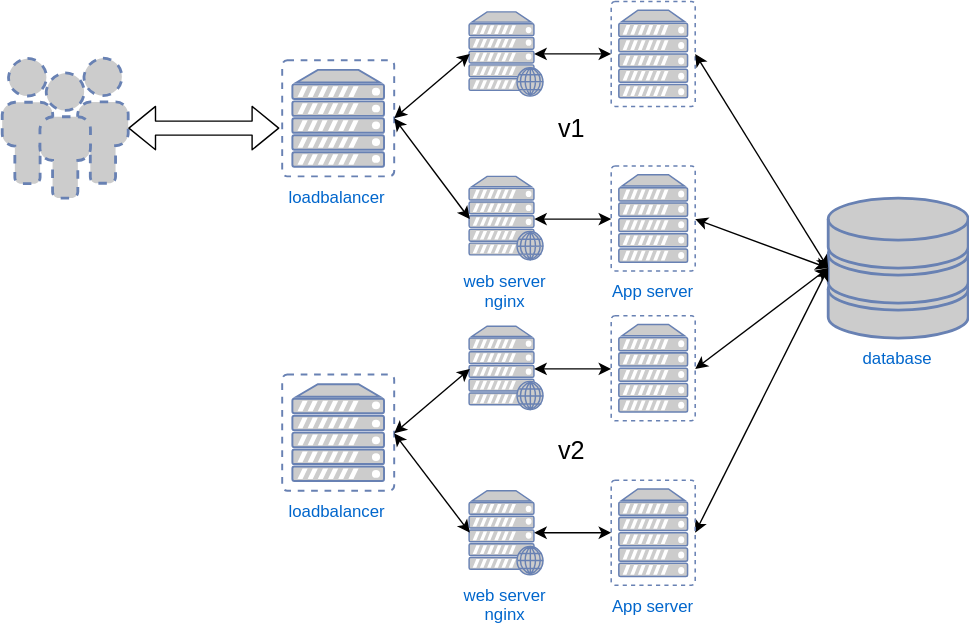
Before: slides/img/expand-contract-upgrade.svg, a diagram exported from draw.io (heytrav/intermediate-ansible). Source tidied: cells renumbered, new cells last; positions are measured from the earlier drawing's top-left corner, leaving out a move shared by most shapes.
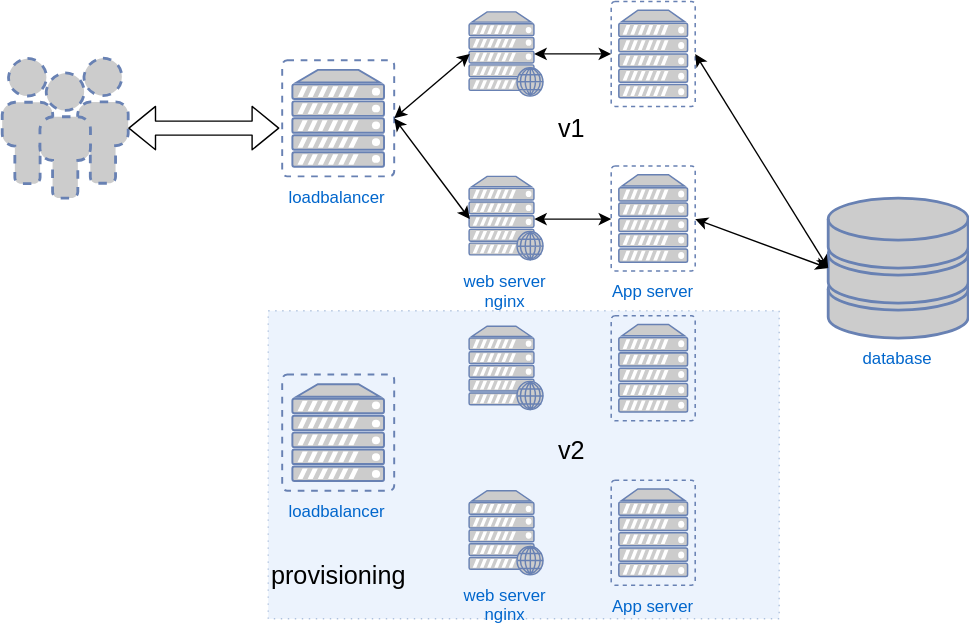
After the commit.

What changed in the source:
```diff
@@ -2,6 +2,9 @@
   <root>
     <mxCell id="0" />
     <mxCell id="1" parent="0" />
+    <mxCell id="33" style="rounded=0;whiteSpace=wrap;html=1;dashed=1;dashPattern=1 4;fillColor=#dae8fc;fontSize=18;align=center;strokeColor=#6c8ebf;opacity=50;" parent="1" vertex="1">
+      <mxGeometry x="190" y="220.5" width="365" height="220" as="geometry" />
+    </mxCell>
     <mxCell id="2" style="fontColor=#0066CC;verticalAlign=top;verticalLabelPosition=bottom;labelPosition=center;align=center;html=1;fillColor=#CCCCCC;strokeColor=#6881B3;gradientColor=none;gradientDirection=north;strokeWidth=2;shape=mxgraph.networks.users;dashed=1;" parent="1" vertex="1">
       <mxGeometry y="40" width="90" height="100" as="geometry" />
     </mxCell>
@@ -53,9 +56,6 @@
     <mxCell id="18" value="loadbalancer&lt;br&gt;" style="fontColor=#0066CC;verticalAlign=top;verticalLabelPosition=bottom;labelPosition=center;align=center;html=1;fillColor=#CCCCCC;strokeColor=#6881B3;gradientColor=none;gradientDirection=north;strokeWidth=2;shape=mxgraph.networks.virtual_server;" parent="1" vertex="1">
       <mxGeometry x="200" y="266" width="80" height="83" as="geometry" />
     </mxCell>
-    <mxCell id="19" style="endArrow=classic;startArrow=classic;html=1;fontSize=18;align=center;entryX=0;entryY=0.5;entryPerimeter=0;exitX=1;exitY=0.5;exitPerimeter=0;" parent="1" edge="1" source="22" target="4">
-      <mxGeometry relative="1" as="geometry" />
-    </mxCell>
     <mxCell id="20" style="group;" parent="1" vertex="1">
       <mxGeometry x="333.5" y="341.5" width="161.5" height="75" as="geometry" />
     </mxCell>
@@ -65,9 +65,6 @@
     <mxCell id="22" value="App server" style="fontColor=#0066CC;verticalAlign=top;verticalLabelPosition=bottom;labelPosition=center;align=center;html=1;fillColor=#CCCCCC;strokeColor=#6881B3;gradientColor=none;gradientDirection=north;strokeWidth=2;shape=mxgraph.networks.virtual_server;" parent="20" vertex="1">
       <mxGeometry x="101.5" width="60" height="75" as="geometry" />
     </mxCell>
-    <mxCell id="23" style="endArrow=classic;startArrow=classic;html=1;fontSize=18;align=center;entryX=0;entryY=0.5;entryPerimeter=0;exitX=0.88;exitY=0.5;exitPerimeter=0;" parent="20" edge="1" source="21" target="22">
-      <mxGeometry relative="1" as="geometry" />
-    </mxCell>
     <mxCell id="24" style="group;" parent="1" vertex="1">
       <mxGeometry x="333.5" y="224" width="161.5" height="75" as="geometry" />
     </mxCell>
@@ -77,23 +74,14 @@
     <mxCell id="26" style="fontColor=#0066CC;verticalAlign=top;verticalLabelPosition=bottom;labelPosition=center;align=center;html=1;fillColor=#CCCCCC;strokeColor=#6881B3;gradientColor=none;gradientDirection=north;strokeWidth=2;shape=mxgraph.networks.virtual_server;" parent="24" vertex="1">
       <mxGeometry x="101.5" width="60" height="75" as="geometry" />
     </mxCell>
-    <mxCell id="27" style="endArrow=classic;startArrow=classic;html=1;fontSize=18;align=center;entryX=0;entryY=0.5;entryPerimeter=0;exitX=0.88;exitY=0.5;exitPerimeter=0;" parent="24" edge="1" source="25" target="26">
-      <mxGeometry relative="1" as="geometry" />
-    </mxCell>
-    <mxCell id="28" style="endArrow=classic;startArrow=classic;html=1;fontSize=18;align=center;entryX=0;entryY=0.5;entryPerimeter=0;exitX=1;exitY=0.5;exitPerimeter=0;" parent="1" edge="1" source="18" target="21">
-      <mxGeometry relative="1" as="geometry" />
-    </mxCell>
-    <mxCell id="29" style="endArrow=classic;startArrow=classic;html=1;fontSize=18;align=center;exitX=1;exitY=0.5;exitPerimeter=0;entryX=0;entryY=0.5;entryPerimeter=0;" parent="1" edge="1" source="26" target="4">
-      <mxGeometry relative="1" as="geometry" />
-    </mxCell>
-    <mxCell id="30" style="endArrow=classic;startArrow=classic;html=1;fontSize=18;align=center;exitX=1;exitY=0.5;exitPerimeter=0;entryX=0;entryY=0.5;entryPerimeter=0;" parent="1" edge="1" source="18" target="25">
-      <mxGeometry relative="1" as="geometry" />
-    </mxCell>
     <mxCell id="31" value="v2" style="text;html=1;strokeColor=none;fillColor=none;align=center;verticalAlign=middle;whiteSpace=wrap;rounded=0;dashed=1;fontSize=18;" parent="1" vertex="1">
       <mxGeometry x="386.5" y="310.5" width="40" height="20" as="geometry" />
     </mxCell>
     <mxCell id="32" value="v1" style="text;html=1;strokeColor=none;fillColor=none;align=center;verticalAlign=middle;whiteSpace=wrap;rounded=0;dashed=1;dashPattern=1 4;fontSize=18;" parent="1" vertex="1">
       <mxGeometry x="386.5" y="80" width="40" height="20" as="geometry" />
     </mxCell>
+    <mxCell id="34" value="provisioning" style="text;html=1;strokeColor=none;fillColor=none;align=center;verticalAlign=middle;whiteSpace=wrap;rounded=0;dashed=1;dashPattern=1 4;fontSize=18;" parent="1" vertex="1">
+      <mxGeometry x="220" y="399" width="40" height="20" as="geometry" />
+    </mxCell>
   </root>
 </mxGraphModel>
```
